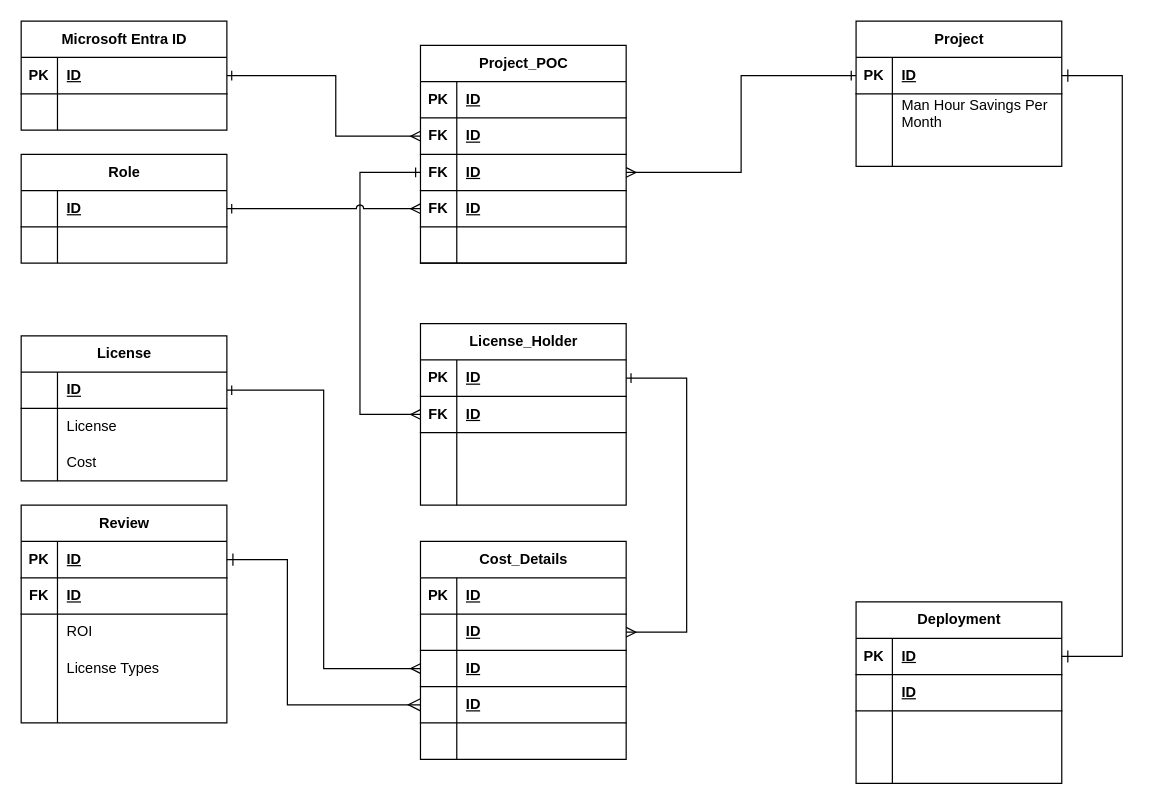
Before: page "Option-3y" (2 of 3) of erd-projint-01.drawio in josjreyes/ProjectIntake, a draw.io diagram. Source tidied: cells renumbered, new cells numbered last; positions are measured from the earlier drawing's top-left corner, leaving out a move shared by most shapes. Both pictures are drawn from the tidied source at 121%, with x=0, y=0 at pixel (21, 21).
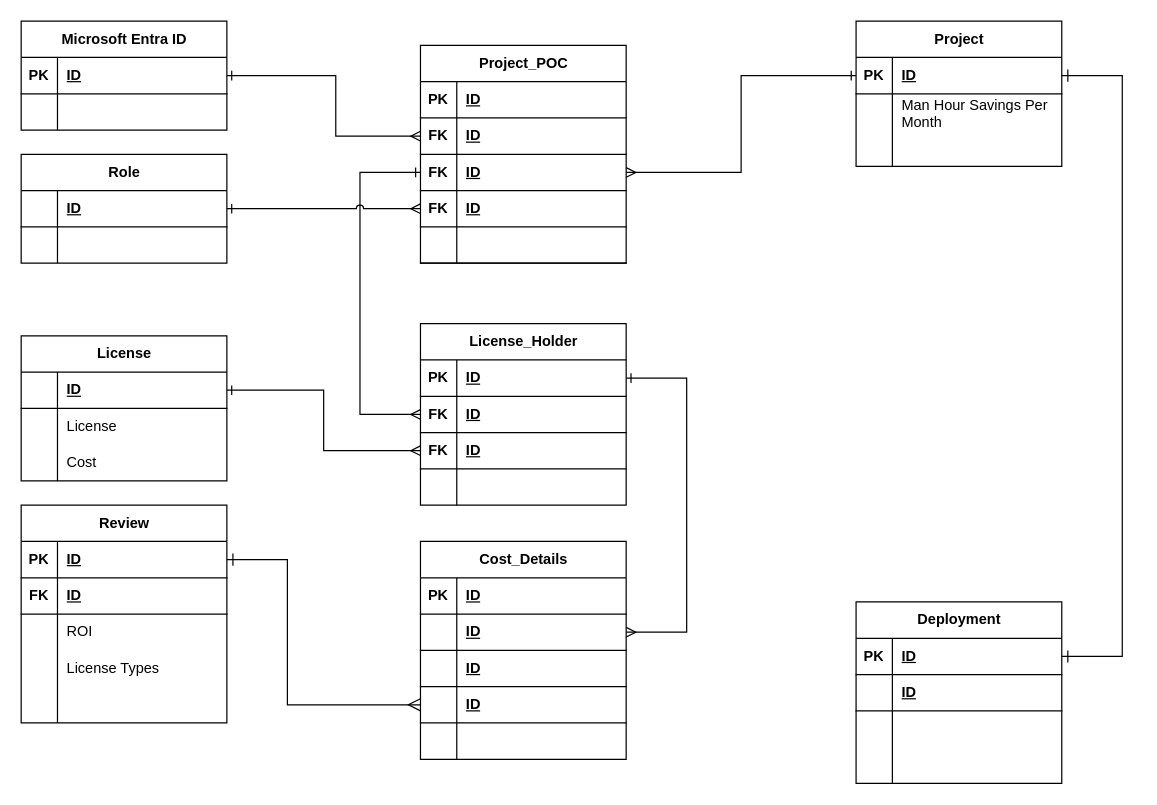
The same page after the edit.

Unchanged cells that the change refers to:
```xml
<mxCell id="13" style="shape=tableRow;horizontal=0;startSize=0;swimlaneHead=0;swimlaneBody=0;fillColor=none;points=[[0,0.5],[1,0.5]];portConstraint=eastwest;top=0;left=0;right=0;bottom=1;" parent="12" vertex="1">
  <mxGeometry y="30" width="170" height="30" as="geometry" />
</mxCell>
<mxCell id="29" style="shape=tableRow;horizontal=0;startSize=0;swimlaneHead=0;swimlaneBody=0;fillColor=none;points=[[0,0.5],[1,0.5]];portConstraint=eastwest;top=0;left=0;right=0;bottom=1;" parent="22" vertex="1">
  <mxGeometry y="90" width="170" height="30" as="geometry" />
</mxCell>
<mxCell id="98" value="License_Holder" style="shape=table;startSize=30;childLayout=tableLayout;rowLines=0;fontStyle=1;align=center;html=1;" parent="1" vertex="1">
  <mxGeometry x="330" y="250" width="170" height="150" as="geometry" />
</mxCell>
```

Change to the diagram source:
```diff
@@
-    <mxCell id="96" style="edgeStyle=orthogonalEdgeStyle;rounded=0;jettySize=auto;html=1;endArrow=ERone;endFill=0;startArrow=ERmany;startFill=0;exitX=0;exitY=0.5;exitDx=0;exitDy=0;" parent="1" edge="1" source="29" target="13">
+    <mxCell id="96" style="edgeStyle=orthogonalEdgeStyle;rounded=0;jettySize=auto;html=1;endArrow=ERone;endFill=0;startArrow=ERmany;startFill=0;exitX=0;exitY=0.5;exitDx=0;exitDy=0;" parent="1" edge="1" source="118" target="13">
       <mxGeometry relative="1" as="geometry">
         <Array as="points">
-          <mxPoint x="250" y="535" />
+          <mxPoint x="250" y="355" />
           <mxPoint x="250" y="305" />
         </Array>
       </mxGeometry>
     </mxCell>
@@
-    <mxCell id="105" style="shape=tableRow;horizontal=0;startSize=0;swimlaneHead=0;swimlaneBody=0;fillColor=none;top=0;left=0;right=0;bottom=0;" parent="98" vertex="1">
-      <mxGeometry y="90" width="170" height="30" as="geometry" />
-    </mxCell>
-    <mxCell id="106" style="shape=partialRectangle;fillColor=none;top=0;left=0;bottom=0;right=0;overflow=hidden;whiteSpace=wrap;html=1;" parent="105" vertex="1">
-      <mxGeometry width="30" height="30" as="geometry" />
-    </mxCell>
-    <mxCell id="107" style="shape=partialRectangle;fillColor=none;top=0;left=0;bottom=0;right=0;align=left;spacingLeft=6;overflow=hidden;whiteSpace=wrap;html=1;" parent="105" vertex="1">
-      <mxGeometry x="30" width="140" height="30" as="geometry" />
-    </mxCell>
+    <mxCell id="118" style="shape=tableRow;horizontal=0;startSize=0;swimlaneHead=0;swimlaneBody=0;fillColor=none;points=[[0,0.5],[1,0.5]];portConstraint=eastwest;top=0;left=0;right=0;bottom=1;" parent="98" vertex="1">
+      <mxGeometry y="90" width="170" height="30" as="geometry" />
+    </mxCell>
+    <mxCell id="119" value="FK" style="shape=partialRectangle;fillColor=none;top=0;left=0;bottom=0;right=0;fontStyle=1;overflow=hidden;whiteSpace=wrap;html=1;" parent="118" vertex="1">
+      <mxGeometry width="30" height="30" as="geometry" />
+    </mxCell>
+    <mxCell id="120" value="ID" style="shape=partialRectangle;fillColor=none;top=0;left=0;bottom=0;right=0;align=left;spacingLeft=6;fontStyle=5;overflow=hidden;whiteSpace=wrap;html=1;" parent="118" vertex="1">
+      <mxGeometry x="30" width="140" height="30" as="geometry" />
+    </mxCell>
```
